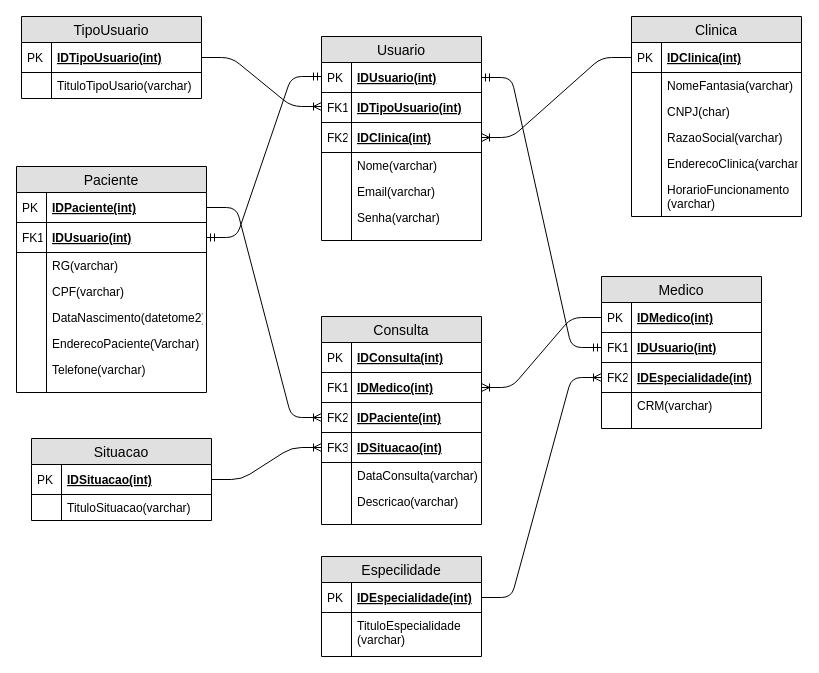
Before: page "logico" (2 of 2) of Project_spmedgruop/Modelagem MER/Modelagem_spmedgroup.drawio in Henrique-Santana/BancoDados-MER-SQL, a draw.io diagram. Source tidied: cells renumbered, new cells numbered last; positions are measured from the earlier drawing's top-left corner, leaving out a move shared by most shapes. Both pictures are drawn from the tidied source at 100%, with x=0, y=0 at pixel (16, 16).
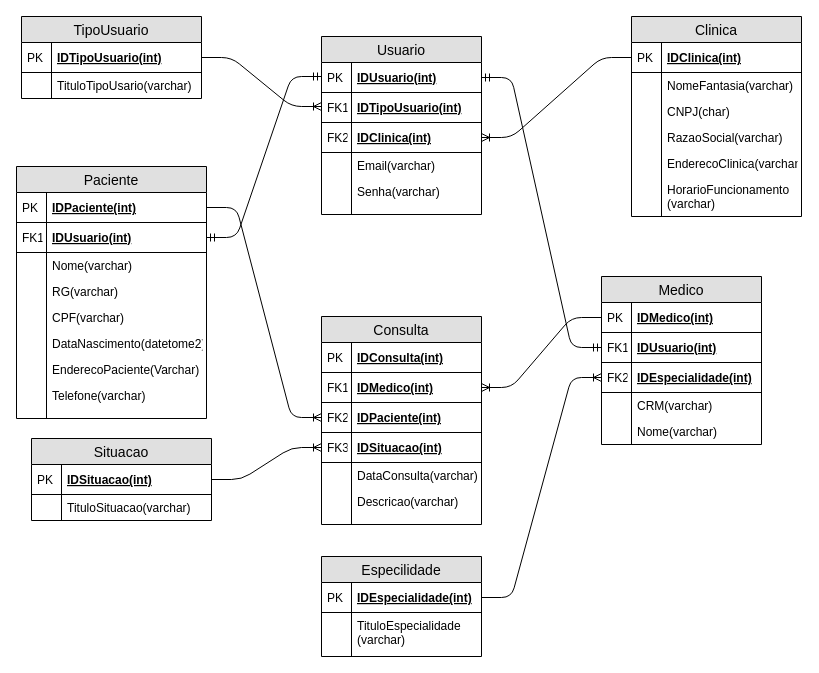
After the change.

Change to the diagram source:
```diff
@@
     <mxCell id="20" value="Usuario" style="swimlane;fontStyle=0;horizontal=1;startSize=26;fillColor=#e0e0e0;swimlaneFillColor=#ffffff;align=center;fontSize=14;" parent="1" vertex="1">
-      <mxGeometry x="305" y="20" width="160" height="204" as="geometry" />
+      <mxGeometry x="305" y="20" width="160" height="178" as="geometry" />
     </mxCell>
@@
-    <mxCell id="27" value="Nome(varchar)" style="shape=partialRectangle;top=0;left=0;right=0;bottom=0;align=left;verticalAlign=top;fillColor=none;spacingLeft=34;spacingRight=4;overflow=hidden;fontSize=12;" parent="20" vertex="1">
-      <mxGeometry y="116" width="160" height="26" as="geometry" />
-    </mxCell>
-    <mxCell id="28" style="shape=partialRectangle;top=0;left=0;bottom=0;fillColor=none;align=left;verticalAlign=top;spacingLeft=4;spacingRight=4;overflow=hidden;fontSize=12;" parent="27" vertex="1">
-      <mxGeometry width="30" height="26" as="geometry" />
-    </mxCell>
     <mxCell id="29" value="Email(varchar)" style="shape=partialRectangle;top=0;left=0;right=0;bottom=0;align=left;verticalAlign=top;fillColor=none;spacingLeft=34;spacingRight=4;overflow=hidden;fontSize=12;" parent="20" vertex="1">
-      <mxGeometry y="142" width="160" height="26" as="geometry" />
+      <mxGeometry y="116" width="160" height="26" as="geometry" />
     </mxCell>
@@
     <mxCell id="31" value="Senha(varchar)" style="shape=partialRectangle;top=0;left=0;right=0;bottom=0;align=left;verticalAlign=top;fillColor=none;spacingLeft=34;spacingRight=4;overflow=hidden;fontSize=12;" parent="20" vertex="1">
-      <mxGeometry y="168" width="160" height="26" as="geometry" />
+      <mxGeometry y="142" width="160" height="26" as="geometry" />
     </mxCell>
@@
     <mxCell id="33" style="shape=partialRectangle;top=0;left=0;right=0;bottom=0;align=left;verticalAlign=top;fillColor=none;spacingLeft=34;spacingRight=4;overflow=hidden;fontSize=12;" parent="20" vertex="1">
-      <mxGeometry y="194" width="160" height="10" as="geometry" />
+      <mxGeometry y="168" width="160" height="10" as="geometry" />
     </mxCell>
@@
     <mxCell id="35" value="Paciente" style="swimlane;fontStyle=0;horizontal=1;startSize=26;fillColor=#e0e0e0;swimlaneFillColor=#ffffff;align=center;fontSize=14;" parent="1" vertex="1">
-      <mxGeometry y="150" width="190" height="226" as="geometry" />
+      <mxGeometry y="150" width="190" height="252" as="geometry" />
     </mxCell>
@@
-    <mxCell id="40" value="RG(varchar)" style="shape=partialRectangle;top=0;left=0;right=0;bottom=0;align=left;verticalAlign=top;fillColor=none;spacingLeft=34;spacingRight=4;overflow=hidden;fontSize=12;" parent="35" vertex="1">
+    <mxCell id="40" value="Nome(varchar)" style="shape=partialRectangle;top=0;left=0;right=0;bottom=0;align=left;verticalAlign=top;fillColor=none;spacingLeft=34;spacingRight=4;overflow=hidden;fontSize=12;" parent="35" vertex="1">
       <mxGeometry y="86" width="190" height="26" as="geometry" />
     </mxCell>
@@
+    <mxCell id="98" value="RG(varchar)" style="shape=partialRectangle;top=0;left=0;right=0;bottom=0;align=left;verticalAlign=top;fillColor=none;spacingLeft=34;spacingRight=4;overflow=hidden;fontSize=12;" parent="35" vertex="1">
+      <mxGeometry y="112" width="190" height="26" as="geometry" />
+    </mxCell>
+    <mxCell id="99" style="shape=partialRectangle;top=0;left=0;bottom=0;fillColor=none;align=left;verticalAlign=top;spacingLeft=4;spacingRight=4;overflow=hidden;fontSize=12;" parent="98" vertex="1">
+      <mxGeometry width="30" height="26" as="geometry" />
+    </mxCell>
     <mxCell id="42" value="CPF(varchar)" style="shape=partialRectangle;top=0;left=0;right=0;bottom=0;align=left;verticalAlign=top;fillColor=none;spacingLeft=34;spacingRight=4;overflow=hidden;fontSize=12;" parent="35" vertex="1">
-      <mxGeometry y="112" width="190" height="26" as="geometry" />
+      <mxGeometry y="138" width="190" height="26" as="geometry" />
     </mxCell>
@@
     <mxCell id="44" value="DataNascimento(datetome2)" style="shape=partialRectangle;top=0;left=0;right=0;bottom=0;align=left;verticalAlign=top;fillColor=none;spacingLeft=34;spacingRight=4;overflow=hidden;fontSize=12;" parent="35" vertex="1">
-      <mxGeometry y="138" width="190" height="26" as="geometry" />
+      <mxGeometry y="164" width="190" height="26" as="geometry" />
     </mxCell>
@@
     <mxCell id="46" value="EnderecoPaciente(Varchar)" style="shape=partialRectangle;top=0;left=0;right=0;bottom=0;align=left;verticalAlign=top;fillColor=none;spacingLeft=34;spacingRight=4;overflow=hidden;fontSize=12;" parent="35" vertex="1">
-      <mxGeometry y="164" width="190" height="26" as="geometry" />
+      <mxGeometry y="190" width="190" height="26" as="geometry" />
     </mxCell>
@@
     <mxCell id="48" value="Telefone(varchar)" style="shape=partialRectangle;top=0;left=0;right=0;bottom=0;align=left;verticalAlign=top;fillColor=none;spacingLeft=34;spacingRight=4;overflow=hidden;fontSize=12;" parent="35" vertex="1">
-      <mxGeometry y="190" width="190" height="26" as="geometry" />
+      <mxGeometry y="216" width="190" height="26" as="geometry" />
     </mxCell>
@@
     <mxCell id="50" style="shape=partialRectangle;top=0;left=0;right=0;bottom=0;align=left;verticalAlign=top;fillColor=none;spacingLeft=34;spacingRight=4;overflow=hidden;fontSize=12;" parent="35" vertex="1">
-      <mxGeometry y="216" width="190" height="10" as="geometry" />
+      <mxGeometry y="242" width="190" height="10" as="geometry" />
     </mxCell>
@@
     <mxCell id="52" value="Medico" style="swimlane;fontStyle=0;horizontal=1;startSize=26;fillColor=#e0e0e0;swimlaneFillColor=#ffffff;align=center;fontSize=14;" parent="1" vertex="1">
-      <mxGeometry x="585" y="260" width="160" height="152" as="geometry" />
+      <mxGeometry x="585" y="260" width="160" height="168" as="geometry" />
     </mxCell>
@@
-    <mxCell id="61" style="shape=partialRectangle;top=0;left=0;right=0;bottom=0;align=left;verticalAlign=top;fillColor=none;spacingLeft=34;spacingRight=4;overflow=hidden;fontSize=12;" parent="52" vertex="1">
-      <mxGeometry y="142" width="160" height="10" as="geometry" />
-    </mxCell>
-    <mxCell id="62" style="shape=partialRectangle;top=0;left=0;bottom=0;fillColor=none;align=left;verticalAlign=top;spacingLeft=4;spacingRight=4;overflow=hidden;fontSize=12;" parent="61" vertex="1">
-      <mxGeometry width="30" height="10" as="geometry" />
-    </mxCell>
+    <mxCell id="27" value="Nome(varchar)" style="shape=partialRectangle;top=0;left=0;right=0;bottom=0;align=left;verticalAlign=top;fillColor=none;spacingLeft=34;spacingRight=4;overflow=hidden;fontSize=12;" parent="52" vertex="1">
+      <mxGeometry y="142" width="160" height="26" as="geometry" />
+    </mxCell>
+    <mxCell id="100" style="shape=partialRectangle;top=0;left=0;bottom=0;fillColor=none;align=left;verticalAlign=top;spacingLeft=4;spacingRight=4;overflow=hidden;fontSize=12;" parent="27" vertex="1">
+      <mxGeometry width="30" height="26" as="geometry" />
+    </mxCell>
```
